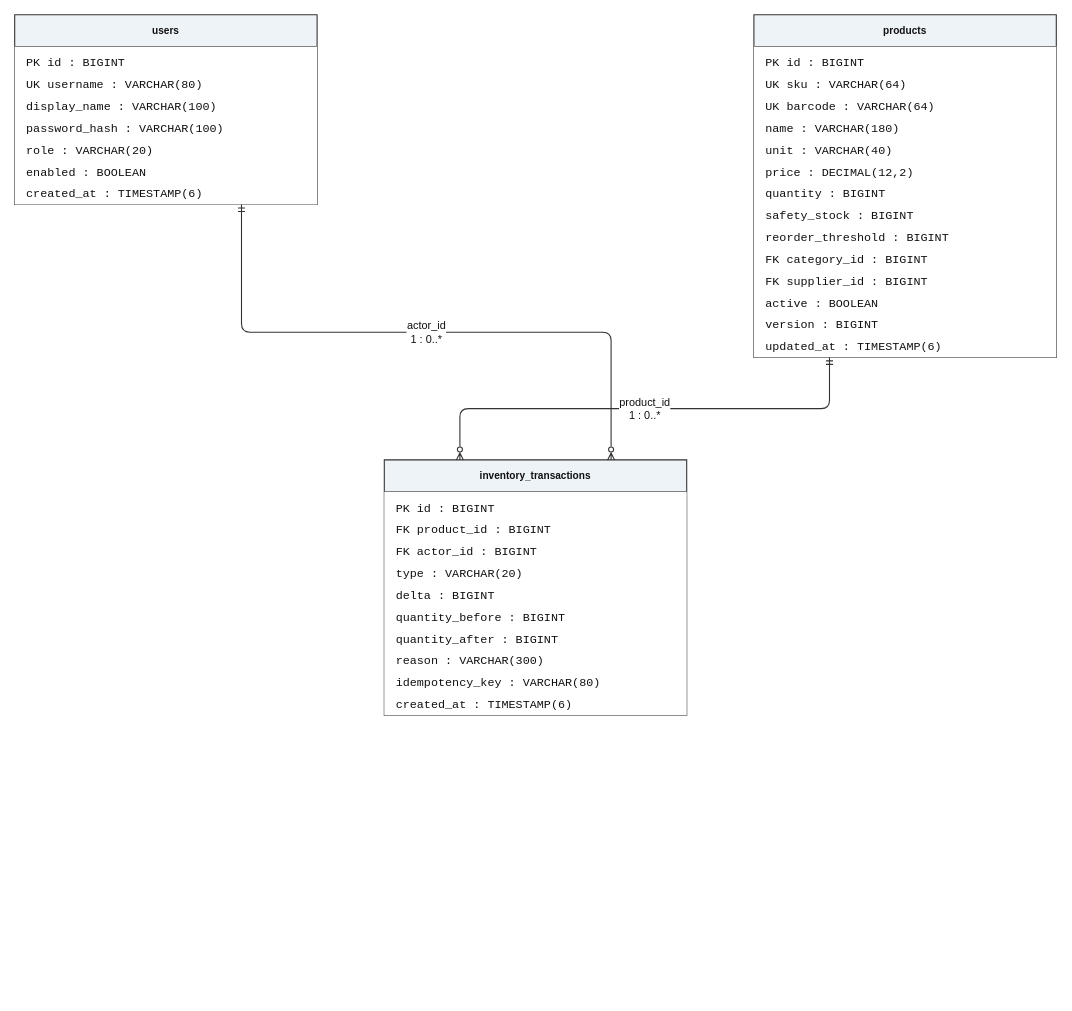
Earlier version of the draw.io diagram thesis/figure-assets/diagrams/13-er-movements.drawio (ZeroRegister/SupermarketsSystem). Source tidied: cells renumbered, new cells numbered last; positions are measured from the earlier drawing's top-left corner, leaving out a move shared by most shapes. Both pictures are drawn from the tidied source at 84%, with x=0, y=0 at pixel (14, 14).
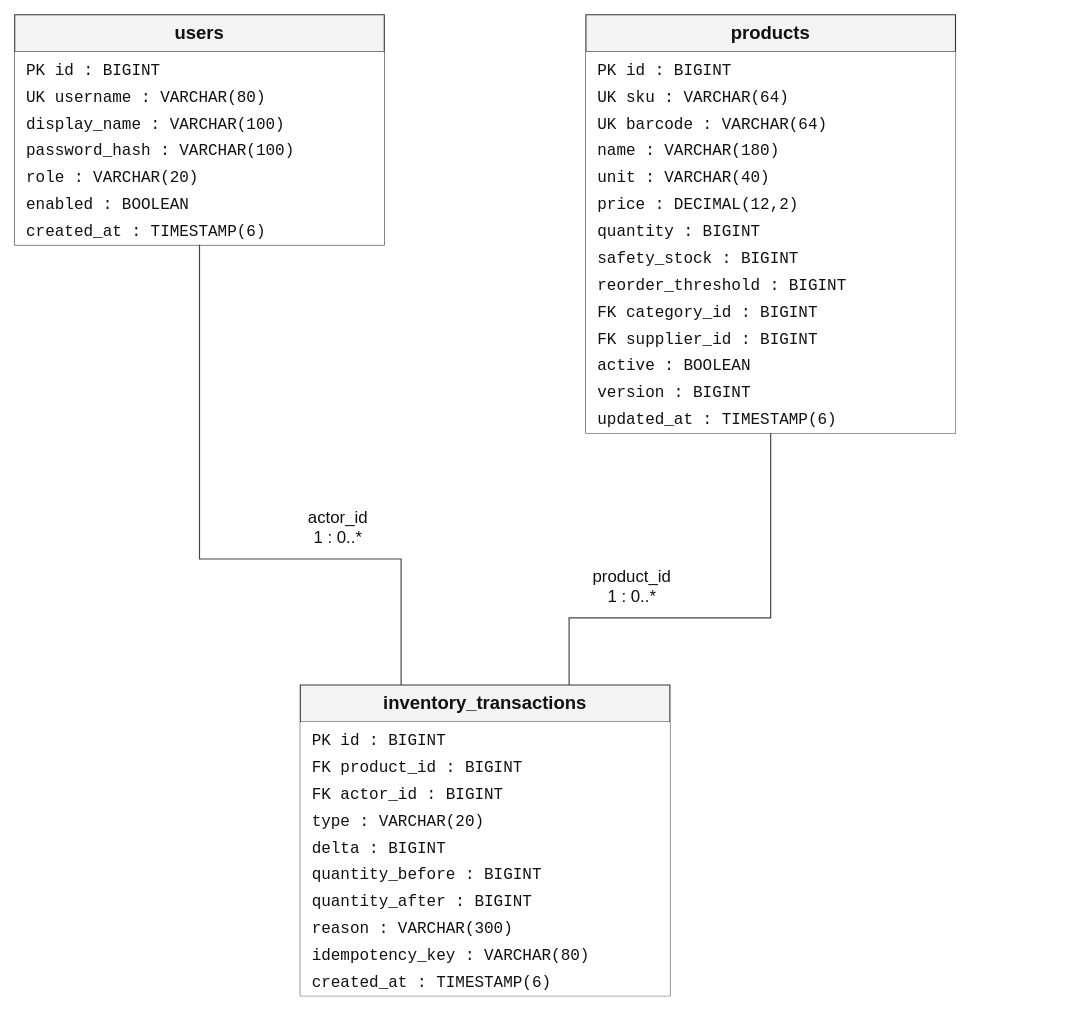
Above is the later version.

What changed in the source:
```diff
@@
 <mxGraphModel background="#ffffff">
   <root>
     <mxCell id="0" />
     <mxCell id="1" parent="0" />
-    <mxCell id="2" value="users" style="whiteSpace=wrap;html=1;fontFamily=Arial;fontSize=16;fontColor=#111111;strokeColor=#333333;strokeWidth=1.3;rounded=0;fillColor=#ffffff;swimlane;startSize=38;fontStyle=1;fillColor=#eef3f8;" parent="1" vertex="1">
-      <mxGeometry width="360" height="226" as="geometry" />
+    <mxCell id="2" value="users" style="whiteSpace=wrap;html=1;fontFamily=Arial;fontSize=22;fontColor=#111111;strokeColor=#333333;strokeWidth=1.3;rounded=0;fillColor=#ffffff;swimlane;startSize=44;fontStyle=1;fillColor=#f3f3f3;fontSize=22;" parent="1" vertex="1">
+      <mxGeometry width="440" height="274" as="geometry" />
     </mxCell>
-    <mxCell id="3" value="&lt;div style=&quot;text-align:left;font-family:monospace;font-size:14px;line-height:26px&quot;&gt;PK  id : BIGINT&lt;br&gt;UK  username : VARCHAR(80)&lt;br&gt;    display_name : VARCHAR(100)&lt;br&gt;    password_hash : VARCHAR(100)&lt;br&gt;    role : VARCHAR(20)&lt;br&gt;    enabled : BOOLEAN&lt;br&gt;    created_at : TIMESTAMP(6)&lt;/div&gt;" style="whiteSpace=wrap;html=1;fontFamily=Arial;fontSize=16;fontColor=#111111;strokeColor=#333333;strokeWidth=1.3;rounded=0;fillColor=#ffffff;strokeColor=none;align=left;spacingLeft=12;verticalAlign=top;" parent="2" vertex="1">
-      <mxGeometry y="38" width="360" height="188" as="geometry" />
+    <mxCell id="3" value="&lt;div style=&quot;text-align:left;font-family:monospace;font-size:19px;line-height:32px&quot;&gt;PK  id : BIGINT&lt;br&gt;UK  username : VARCHAR(80)&lt;br&gt;    display_name : VARCHAR(100)&lt;br&gt;    password_hash : VARCHAR(100)&lt;br&gt;    role : VARCHAR(20)&lt;br&gt;    enabled : BOOLEAN&lt;br&gt;    created_at : TIMESTAMP(6)&lt;/div&gt;" style="whiteSpace=wrap;html=1;fontFamily=Arial;fontSize=22;fontColor=#111111;strokeColor=#333333;strokeWidth=1.3;rounded=0;fillColor=#ffffff;strokeColor=none;align=left;spacingLeft=12;verticalAlign=top;fontSize=22;" parent="2" vertex="1">
+      <mxGeometry y="44" width="440" height="230" as="geometry" />
     </mxCell>
-    <mxCell id="4" value="products" style="whiteSpace=wrap;html=1;fontFamily=Arial;fontSize=16;fontColor=#111111;strokeColor=#333333;strokeWidth=1.3;rounded=0;fillColor=#ffffff;swimlane;startSize=38;fontStyle=1;fillColor=#eef3f8;" parent="1" vertex="1">
-      <mxGeometry x="880" width="360" height="408" as="geometry" />
+    <mxCell id="4" value="products" style="whiteSpace=wrap;html=1;fontFamily=Arial;fontSize=22;fontColor=#111111;strokeColor=#333333;strokeWidth=1.3;rounded=0;fillColor=#ffffff;swimlane;startSize=44;fontStyle=1;fillColor=#f3f3f3;fontSize=22;" parent="1" vertex="1">
+      <mxGeometry x="680" width="440" height="498" as="geometry" />
     </mxCell>
-    <mxCell id="5" value="&lt;div style=&quot;text-align:left;font-family:monospace;font-size:14px;line-height:26px&quot;&gt;PK  id : BIGINT&lt;br&gt;UK  sku : VARCHAR(64)&lt;br&gt;UK  barcode : VARCHAR(64)&lt;br&gt;    name : VARCHAR(180)&lt;br&gt;    unit : VARCHAR(40)&lt;br&gt;    price : DECIMAL(12,2)&lt;br&gt;    quantity : BIGINT&lt;br&gt;    safety_stock : BIGINT&lt;br&gt;    reorder_threshold : BIGINT&lt;br&gt;FK  category_id : BIGINT&lt;br&gt;FK  supplier_id : BIGINT&lt;br&gt;    active : BOOLEAN&lt;br&gt;    version : BIGINT&lt;br&gt;    updated_at : TIMESTAMP(6)&lt;/div&gt;" style="whiteSpace=wrap;html=1;fontFamily=Arial;fontSize=16;fontColor=#111111;strokeColor=#333333;strokeWidth=1.3;rounded=0;fillColor=#ffffff;strokeColor=none;align=left;spacingLeft=12;verticalAlign=top;" parent="4" vertex="1">
-      <mxGeometry y="38" width="360" height="370" as="geometry" />
+    <mxCell id="5" value="&lt;div style=&quot;text-align:left;font-family:monospace;font-size:19px;line-height:32px&quot;&gt;PK  id : BIGINT&lt;br&gt;UK  sku : VARCHAR(64)&lt;br&gt;UK  barcode : VARCHAR(64)&lt;br&gt;    name : VARCHAR(180)&lt;br&gt;    unit : VARCHAR(40)&lt;br&gt;    price : DECIMAL(12,2)&lt;br&gt;    quantity : BIGINT&lt;br&gt;    safety_stock : BIGINT&lt;br&gt;    reorder_threshold : BIGINT&lt;br&gt;FK  category_id : BIGINT&lt;br&gt;FK  supplier_id : BIGINT&lt;br&gt;    active : BOOLEAN&lt;br&gt;    version : BIGINT&lt;br&gt;    updated_at : TIMESTAMP(6)&lt;/div&gt;" style="whiteSpace=wrap;html=1;fontFamily=Arial;fontSize=22;fontColor=#111111;strokeColor=#333333;strokeWidth=1.3;rounded=0;fillColor=#ffffff;strokeColor=none;align=left;spacingLeft=12;verticalAlign=top;fontSize=22;" parent="4" vertex="1">
+      <mxGeometry y="44" width="440" height="454" as="geometry" />
     </mxCell>
-    <mxCell id="6" value="inventory_transactions" style="whiteSpace=wrap;html=1;fontFamily=Arial;fontSize=16;fontColor=#111111;strokeColor=#333333;strokeWidth=1.3;rounded=0;fillColor=#ffffff;swimlane;startSize=38;fontStyle=1;fillColor=#eef3f8;" parent="1" vertex="1">
-      <mxGeometry x="440" y="530" width="360" height="304" as="geometry" />
+    <mxCell id="6" value="inventory_transactions" style="whiteSpace=wrap;html=1;fontFamily=Arial;fontSize=22;fontColor=#111111;strokeColor=#333333;strokeWidth=1.3;rounded=0;fillColor=#ffffff;swimlane;startSize=44;fontStyle=1;fillColor=#f3f3f3;fontSize=22;" parent="1" vertex="1">
+      <mxGeometry x="340" y="798" width="440" height="370" as="geometry" />
     </mxCell>
-    <mxCell id="7" value="&lt;div style=&quot;text-align:left;font-family:monospace;font-size:14px;line-height:26px&quot;&gt;PK  id : BIGINT&lt;br&gt;FK  product_id : BIGINT&lt;br&gt;FK  actor_id : BIGINT&lt;br&gt;    type : VARCHAR(20)&lt;br&gt;    delta : BIGINT&lt;br&gt;    quantity_before : BIGINT&lt;br&gt;    quantity_after : BIGINT&lt;br&gt;    reason : VARCHAR(300)&lt;br&gt;    idempotency_key : VARCHAR(80)&lt;br&gt;    created_at : TIMESTAMP(6)&lt;/div&gt;" style="whiteSpace=wrap;html=1;fontFamily=Arial;fontSize=16;fontColor=#111111;strokeColor=#333333;strokeWidth=1.3;rounded=0;fillColor=#ffffff;strokeColor=none;align=left;spacingLeft=12;verticalAlign=top;" parent="6" vertex="1">
-      <mxGeometry y="38" width="360" height="266" as="geometry" />
+    <mxCell id="7" value="&lt;div style=&quot;text-align:left;font-family:monospace;font-size:19px;line-height:32px&quot;&gt;PK  id : BIGINT&lt;br&gt;FK  product_id : BIGINT&lt;br&gt;FK  actor_id : BIGINT&lt;br&gt;    type : VARCHAR(20)&lt;br&gt;    delta : BIGINT&lt;br&gt;    quantity_before : BIGINT&lt;br&gt;    quantity_after : BIGINT&lt;br&gt;    reason : VARCHAR(300)&lt;br&gt;    idempotency_key : VARCHAR(80)&lt;br&gt;    created_at : TIMESTAMP(6)&lt;/div&gt;" style="whiteSpace=wrap;html=1;fontFamily=Arial;fontSize=22;fontColor=#111111;strokeColor=#333333;strokeWidth=1.3;rounded=0;fillColor=#ffffff;strokeColor=none;align=left;spacingLeft=12;verticalAlign=top;fontSize=22;" parent="6" vertex="1">
+      <mxGeometry y="44" width="440" height="326" as="geometry" />
     </mxCell>
-    <mxCell id="8" value="actor_id&#10;1 : 0..*" style="whiteSpace=wrap;html=1;fontFamily=Arial;fontSize=16;fontColor=#111111;strokeColor=#333333;strokeWidth=1.3;edgeStyle=orthogonalEdgeStyle;rounded=1;jettySize=auto;fontSize=13;whiteSpace=nowrap;labelBackgroundColor=#ffffff;endArrow=block;endFill=1;exitX=0.75;exitY=1;entryX=0.75;entryY=0;endArrow=ERzeroToMany;startArrow=ERmandOne;endFill=0;startFill=0;" parent="1" edge="1" source="2" target="6">
-      <mxGeometry relative="1" as="geometry" />
+    <mxCell id="8" style="html=1;rounded=0;strokeColor=#444444;strokeWidth=1.4;endArrow=none;endFill=1;" parent="1" edge="1">
+      <mxGeometry relative="1" as="geometry">
+        <mxPoint x="220" y="274" as="sourcePoint" />
+        <mxPoint x="460" y="798" as="targetPoint" />
+        <Array as="points">
+          <mxPoint x="220" y="648" />
+          <mxPoint x="460" y="648" />
+        </Array>
+      </mxGeometry>
     </mxCell>
-    <mxCell id="9" value="product_id&#10;1 : 0..*" style="whiteSpace=wrap;html=1;fontFamily=Arial;fontSize=16;fontColor=#111111;strokeColor=#333333;strokeWidth=1.3;edgeStyle=orthogonalEdgeStyle;rounded=1;jettySize=auto;fontSize=13;whiteSpace=nowrap;labelBackgroundColor=#ffffff;endArrow=block;endFill=1;exitX=0.25;exitY=1;entryX=0.25;entryY=0;endArrow=ERzeroToMany;startArrow=ERmandOne;endFill=0;startFill=0;" parent="1" edge="1" source="4" target="6">
-      <mxGeometry relative="1" as="geometry" />
+    <mxCell id="9" value="actor_id&#10;1 : 0..*" style="whiteSpace=wrap;html=1;fontFamily=Arial;fontSize=22;fontColor=#111111;strokeColor=#333333;strokeWidth=1.3;rounded=0;fillColor=#ffffff;strokeColor=none;fillColor=#ffffff;fontSize=20;fontSize=20;" parent="1" vertex="1">
+      <mxGeometry x="260" y="578" width="250" height="64" as="geometry" />
     </mxCell>
+    <mxCell id="10" style="html=1;rounded=0;strokeColor=#444444;strokeWidth=1.4;endArrow=none;endFill=1;" parent="1" edge="1">
+      <mxGeometry relative="1" as="geometry">
+        <mxPoint x="900" y="498" as="sourcePoint" />
+        <mxPoint x="660" y="798" as="targetPoint" />
+        <Array as="points">
+          <mxPoint x="900" y="718" />
+          <mxPoint x="660" y="718" />
+        </Array>
+      </mxGeometry>
+    </mxCell>
+    <mxCell id="11" value="product_id&#10;1 : 0..*" style="whiteSpace=wrap;html=1;fontFamily=Arial;fontSize=22;fontColor=#111111;strokeColor=#333333;strokeWidth=1.3;rounded=0;fillColor=#ffffff;strokeColor=none;fillColor=#ffffff;fontSize=20;fontSize=20;" parent="1" vertex="1">
+      <mxGeometry x="610" y="648" width="250" height="64" as="geometry" />
+    </mxCell>
   </root>
 </mxGraphModel>
```
